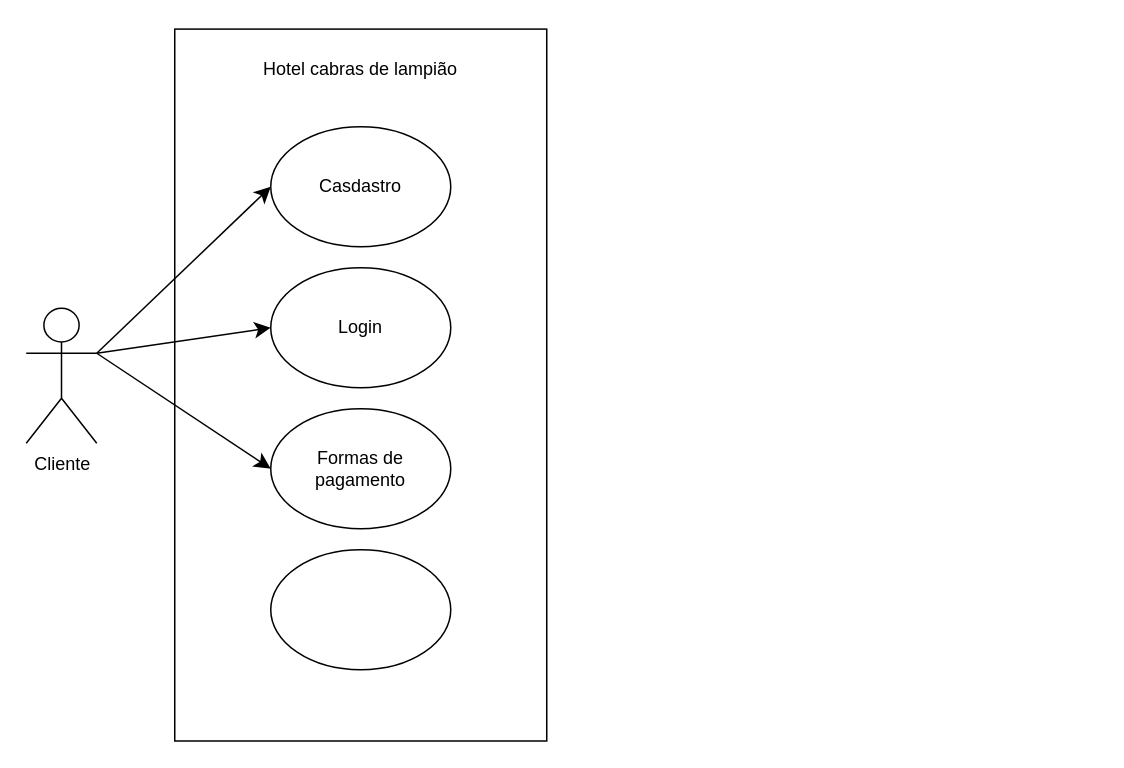
Above: page "Exemplo" (1 of 3) of Diagrama sem nome.drawio in Eduardo-1105/diagramasderequesitos (draw.io), before the change. Source tidied: cells renumbered, new cells numbered last; positions are measured from the earlier drawing's top-left corner, leaving out a move shared by most shapes. Both pictures are drawn from the tidied source at 150%, with x=0, y=0 at pixel (4, 46).
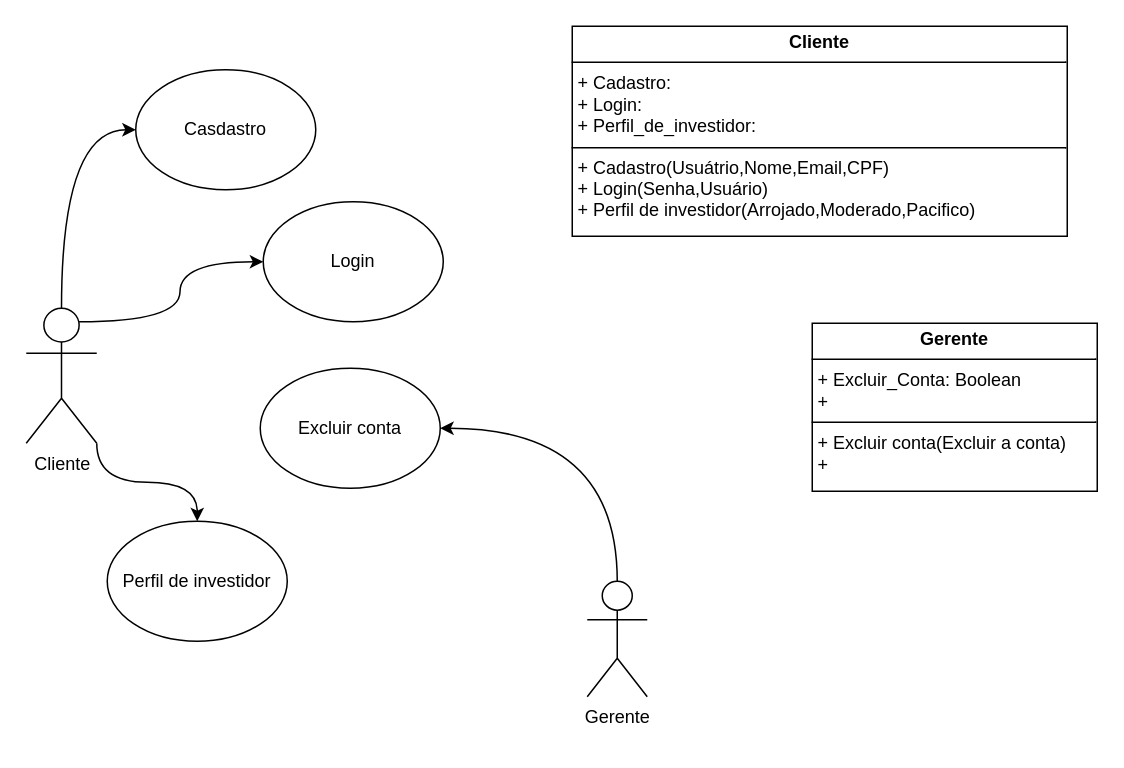
After the change.

What changed in the source:
```diff
@@
 <mxGraphModel>
   <root>
     <mxCell id="0" />
     <mxCell id="1" parent="0" />
-    <mxCell id="2" style="rounded=0;whiteSpace=wrap;html=1;rotation=90;fontStyle=2;" parent="1" vertex="1">
-      <mxGeometry x="-0.3" y="101.2" width="474.6" height="248" as="geometry" />
-    </mxCell>
     <mxCell id="3" value="Casdastro" style="ellipse;whiteSpace=wrap;html=1;" parent="1" vertex="1">
-      <mxGeometry x="177" y="53" width="120" height="80" as="geometry" />
+      <mxGeometry x="87" y="15" width="120" height="80" as="geometry" />
     </mxCell>
-    <mxCell id="4" style="edgeStyle=none;curved=1;rounded=0;jettySize=auto;html=1;exitX=1;exitY=0.3333333333333333;exitDx=0;exitDy=0;exitPerimeter=0;entryX=0;entryY=0.5;entryDx=0;entryDy=0;fontSize=12;startSize=8;endSize=8;" parent="1" edge="1" source="7" target="3">
+    <mxCell id="4" style="edgeStyle=orthogonalEdgeStyle;curved=1;rounded=0;jettySize=auto;html=1;exitX=0.5;exitY=0;exitDx=0;exitDy=0;exitPerimeter=0;entryX=0;entryY=0.5;entryDx=0;entryDy=0;" parent="1" edge="1" source="7" target="3">
       <mxGeometry relative="1" as="geometry" />
     </mxCell>
-    <mxCell id="5" style="edgeStyle=none;curved=1;rounded=0;jettySize=auto;html=1;exitX=1;exitY=0.3333333333333333;exitDx=0;exitDy=0;exitPerimeter=0;entryX=0;entryY=0.5;entryDx=0;entryDy=0;fontSize=12;startSize=8;endSize=8;" parent="1" edge="1" source="7" target="9">
+    <mxCell id="5" style="edgeStyle=orthogonalEdgeStyle;curved=1;rounded=0;jettySize=auto;html=1;exitX=0.75;exitY=0.1;exitDx=0;exitDy=0;exitPerimeter=0;entryX=0;entryY=0.5;entryDx=0;entryDy=0;" parent="1" edge="1" source="7" target="9">
       <mxGeometry relative="1" as="geometry" />
     </mxCell>
-    <mxCell id="6" style="edgeStyle=none;curved=1;rounded=0;jettySize=auto;html=1;exitX=1;exitY=0.3333333333333333;exitDx=0;exitDy=0;exitPerimeter=0;entryX=0;entryY=0.5;entryDx=0;entryDy=0;fontSize=12;startSize=8;endSize=8;" parent="1" edge="1" source="7" target="10">
-      <mxGeometry relative="1" as="geometry" />
-    </mxCell>
+    <mxCell id="12" style="edgeStyle=orthogonalEdgeStyle;curved=1;rounded=0;jettySize=auto;html=1;exitX=1;exitY=1;exitDx=0;exitDy=0;exitPerimeter=0;entryX=0.5;entryY=0;entryDx=0;entryDy=0;" parent="1" edge="1" source="7" target="18">
+      <mxGeometry relative="1" as="geometry" />
+    </mxCell>
     <mxCell id="7" value="Cliente" style="shape=umlActor;verticalLabelPosition=bottom;verticalAlign=top;html=1;outlineConnect=0;" parent="1" vertex="1">
       <mxGeometry x="14" y="174" width="47" height="90" as="geometry" />
     </mxCell>
-    <mxCell id="8" value="Hotel cabras de lampião" style="text;html=1;align=center;verticalAlign=middle;whiteSpace=wrap;rounded=0;" parent="1" vertex="1">
-      <mxGeometry x="160" width="154" height="30" as="geometry" />
-    </mxCell>
     <mxCell id="9" value="Login" style="ellipse;whiteSpace=wrap;html=1;" parent="1" vertex="1">
-      <mxGeometry x="177" y="147" width="120" height="80" as="geometry" />
+      <mxGeometry x="172" y="103" width="120" height="80" as="geometry" />
     </mxCell>
-    <mxCell id="10" value="Formas de pagamento" style="ellipse;whiteSpace=wrap;html=1;" parent="1" vertex="1">
-      <mxGeometry x="177" y="241" width="120" height="80" as="geometry" />
-    </mxCell>
-    <mxCell id="11" style="ellipse;whiteSpace=wrap;html=1;" parent="1" vertex="1">
-      <mxGeometry x="177" y="335" width="120" height="80" as="geometry" />
-    </mxCell>
+    <mxCell id="13" value="&lt;p style=&quot;margin:0px;margin-top:4px;text-align:center;&quot;&gt;&lt;b&gt;Cliente&lt;/b&gt;&lt;/p&gt;&lt;hr size=&quot;1&quot; style=&quot;border-style:solid;&quot;&gt;&lt;p style=&quot;margin:0px;margin-left:4px;&quot;&gt;+ Cadastro:&lt;/p&gt;&lt;p style=&quot;margin:0px;margin-left:4px;&quot;&gt;+ Login:&lt;/p&gt;&lt;p style=&quot;margin:0px;margin-left:4px;&quot;&gt;+ Perfil_de_investidor:&lt;/p&gt;&lt;hr size=&quot;1&quot; style=&quot;border-style:solid;&quot;&gt;&lt;p style=&quot;margin:0px;margin-left:4px;&quot;&gt;+ Cadastro(Usuátrio,Nome,Email,CPF)&lt;br&gt;+ Login(Senha,Usuário)&lt;/p&gt;&lt;p style=&quot;margin:0px;margin-left:4px;&quot;&gt;+ Perfil de investidor(Arrojado,Moderado,Pacifico)&lt;/p&gt;" style="verticalAlign=top;align=left;overflow=fill;html=1;whiteSpace=wrap;" parent="1" vertex="1">
+      <mxGeometry x="378" y="-14" width="330" height="140" as="geometry" />
+    </mxCell>
+    <mxCell id="14" value="Excluir conta" style="ellipse;whiteSpace=wrap;html=1;" parent="1" vertex="1">
+      <mxGeometry x="170" y="214" width="120" height="80" as="geometry" />
+    </mxCell>
+    <mxCell id="15" style="edgeStyle=orthogonalEdgeStyle;curved=1;rounded=0;jettySize=auto;html=1;exitX=0.5;exitY=0;exitDx=0;exitDy=0;exitPerimeter=0;entryX=1;entryY=0.5;entryDx=0;entryDy=0;" parent="1" edge="1" source="16" target="14">
+      <mxGeometry relative="1" as="geometry" />
+    </mxCell>
+    <mxCell id="16" value="Gerente" style="shape=umlActor;verticalLabelPosition=bottom;verticalAlign=top;html=1;outlineConnect=0;" parent="1" vertex="1">
+      <mxGeometry x="388" y="356" width="40" height="77" as="geometry" />
+    </mxCell>
+    <mxCell id="17" value="&lt;p style=&quot;margin:0px;margin-top:4px;text-align:center;&quot;&gt;&lt;b&gt;Gerente&lt;/b&gt;&lt;/p&gt;&lt;hr size=&quot;1&quot; style=&quot;border-style:solid;&quot;&gt;&lt;p style=&quot;margin:0px;margin-left:4px;&quot;&gt;+ Excluir_Conta: Boolean&lt;br&gt;+&amp;nbsp;&lt;/p&gt;&lt;hr size=&quot;1&quot; style=&quot;border-style:solid;&quot;&gt;&lt;p style=&quot;margin:0px;margin-left:4px;&quot;&gt;+ Excluir conta(Excluir a conta)&lt;br&gt;+&amp;nbsp;&lt;/p&gt;" style="verticalAlign=top;align=left;overflow=fill;html=1;whiteSpace=wrap;" parent="1" vertex="1">
+      <mxGeometry x="538" y="184" width="190" height="112" as="geometry" />
+    </mxCell>
+    <mxCell id="18" value="Perfil de investidor" style="ellipse;whiteSpace=wrap;html=1;" parent="1" vertex="1">
+      <mxGeometry x="68" y="316" width="120" height="80" as="geometry" />
+    </mxCell>
   </root>
 </mxGraphModel>
```
